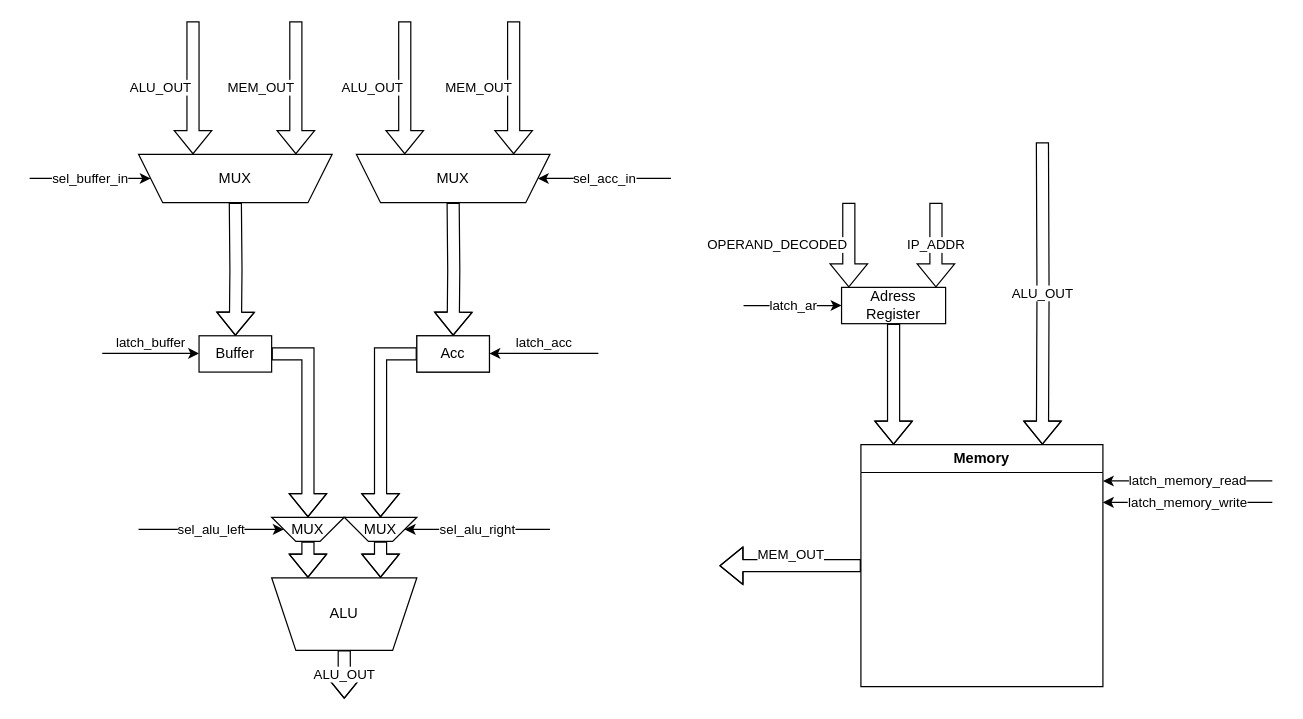
This is docs/schemes/datapath.drawio from FEgor04/csa-lab3, a draw.io file, before an edit. Source tidied: cells renumbered, new cells numbered last; positions are measured from the earlier drawing's top-left corner, leaving out a move shared by most shapes. Both pictures are drawn from the tidied source at 121%, with x=0, y=0 at pixel (29, 21).
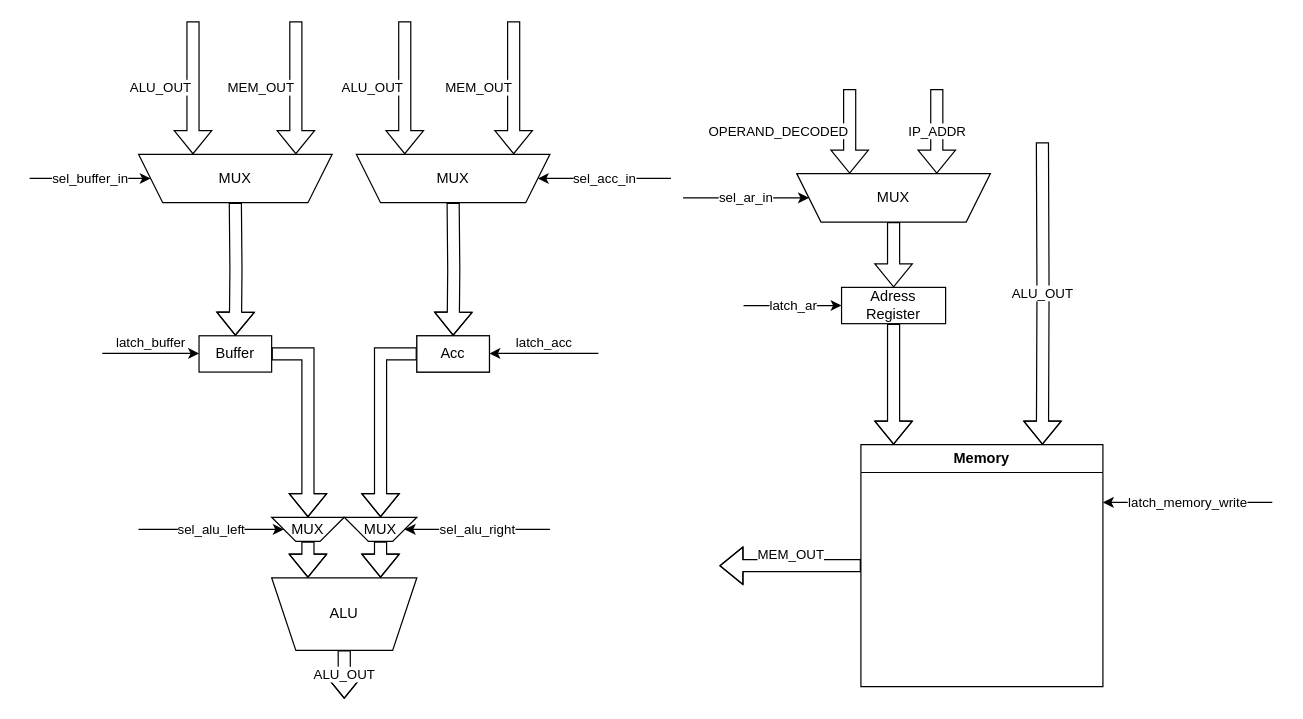
The same diagram, later.

Commit message (it also covers changes not shown here):
feat(machine): add datapath signals

Unchanged cells that the change refers to:
```xml
<mxCell id="16" value="Adress Register" style="rounded=0;whiteSpace=wrap;html=1;" parent="1" vertex="1">
  <mxGeometry x="671" y="220" width="86" height="30" as="geometry" />
</mxCell>
```

What changed in the source:
```diff
@@
     <mxCell id="17" value="OPERAND_DECODED" style="edgeStyle=orthogonalEdgeStyle;rounded=0;orthogonalLoop=1;jettySize=auto;html=1;shape=flexArrow;align=right;" parent="1" edge="1">
       <mxGeometry relative="1" as="geometry">
-        <mxPoint x="677" y="150" as="sourcePoint" />
-        <mxPoint x="677" y="220" as="targetPoint" />
+        <mxPoint x="677.7" y="56" as="sourcePoint" />
+        <mxPoint x="677.7" y="126" as="targetPoint" />
       </mxGeometry>
     </mxCell>
@@
-    <mxCell id="34" value="latch_memory_read" style="endArrow=classic;html=1;rounded=0;" parent="1" edge="1">
-      <mxGeometry relative="1" as="geometry">
-        <mxPoint x="1027" y="380" as="sourcePoint" />
-        <mxPoint x="887" y="380" as="targetPoint" />
-      </mxGeometry>
-    </mxCell>
@@
     <mxCell id="36" value="IP_ADDR" style="edgeStyle=orthogonalEdgeStyle;rounded=0;orthogonalLoop=1;jettySize=auto;html=1;shape=flexArrow;align=center;" parent="1" edge="1">
       <mxGeometry relative="1" as="geometry">
-        <mxPoint x="749" y="150" as="sourcePoint" />
-        <mxPoint x="749" y="220" as="targetPoint" />
+        <mxPoint x="749.7" y="56" as="sourcePoint" />
+        <mxPoint x="749.7" y="126" as="targetPoint" />
       </mxGeometry>
     </mxCell>
+    <mxCell id="37" style="edgeStyle=orthogonalEdgeStyle;rounded=0;jettySize=auto;html=1;shape=flexArrow;" parent="1" edge="1" source="38" target="16">
+      <mxGeometry relative="1" as="geometry" />
+    </mxCell>
+    <mxCell id="38" value="MUX" style="shape=trapezoid;perimeter=trapezoidPerimeter;whiteSpace=wrap;html=1;fixedSize=1;flipV=1;" parent="1" vertex="1">
+      <mxGeometry x="634" y="126" width="160" height="40" as="geometry" />
+    </mxCell>
+    <mxCell id="39" value="sel_ar_in" style="endArrow=classic;html=1;rounded=0;entryX=0;entryY=0.5;entryDx=0;entryDy=0;" parent="1" edge="1" target="38">
+      <mxGeometry relative="1" as="geometry">
+        <mxPoint x="540" y="146" as="sourcePoint" />
+      </mxGeometry>
+    </mxCell>
```
